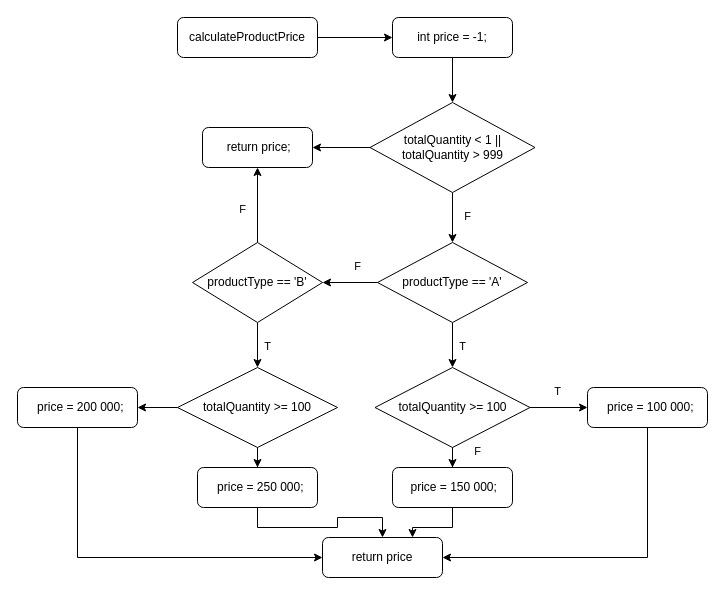
The draw.io diagram Mô hình dòng ddkhien.drawio in ngocminh1605/Testing, before the edit. Source tidied: cells renumbered, new cells numbered last; positions are measured from the earlier drawing's top-left corner, leaving out a move shared by most shapes. Both pictures are drawn from the tidied source at 100%, with x=0, y=0 at pixel (17, 17).
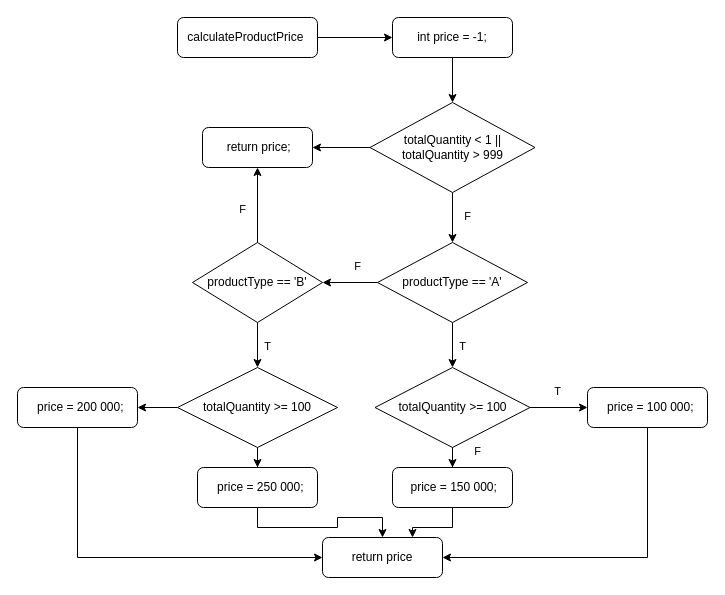
Above is the later version.

Commit message:
Cập nhật Mô hình dòng ddkhien.drawio

Change to the diagram source:
```diff
@@
-    <mxCell id="3" value="calculateProductPrice" style="rounded=1;whiteSpace=wrap;html=1;" parent="1" vertex="1">
+    <mxCell id="3" value="calculateProductPrice&amp;nbsp;" style="rounded=1;whiteSpace=wrap;html=1;" parent="1" vertex="1">
       <mxGeometry x="160" width="140" height="40" as="geometry" />
     </mxCell>
```
